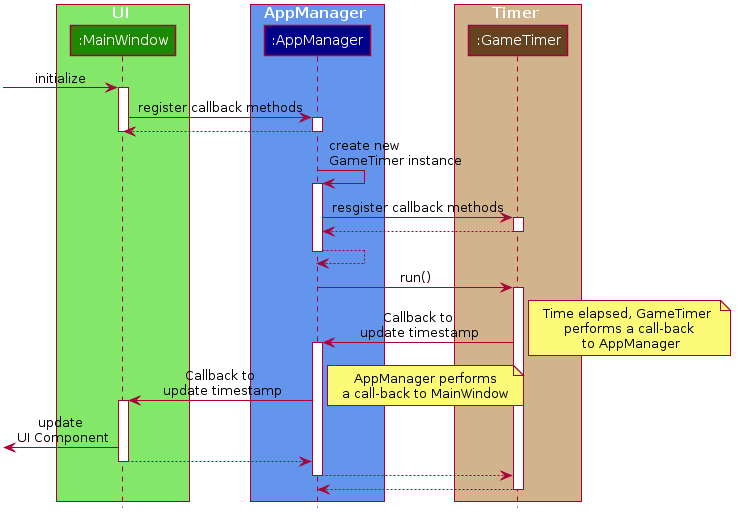
This is docs/images/TimerSequenceDiagram1.png from nus-cs2103-AY1920S1/addressbook-level3, a PlantUML export, as it was before one commit. Source of this version:
```plantuml
@startuml












skinparam BackgroundColor #FFFFFFF

skinparam Shadowing false

skinparam Class {
    FontColor #FFFFFF
    BorderThickness 1
    BorderColor #FFFFFF
    StereotypeFontColor #FFFFFF
    FontName Arial
}

skinparam Actor {
    BorderColor #000000
    Color #000000
    FontName Arial
}

skinparam Sequence {
    MessageAlign center
    BoxFontSize 15
    BoxPadding 0
    BoxFontColor #FFFFFF
    FontName Arial
}

skinparam Participant {
    FontColor #FFFFFFF
    Padding 20
}

skinparam MinClassWidth 50
skinparam ParticipantPadding 10
skinparam Shadowing false
skinparam DefaultTextAlignment center
skinparam packageStyle Rectangle

hide footbox
hide members
hide circle



box UI #83E769
participant ":MainWindow" as MainWindow #1D8900
end box


box AppManager #6495ED
participant ":AppManager" as AppManager #00008B
end box

box Timer #D2B48C
participant ":GameTimer" as GameTimer #654321

end box


[-> MainWindow : initialize
activate MainWindow
MainWindow -> AppManager : register callback methods
activate AppManager
AppManager --> MainWindow
deactivate AppManager

deactivate MainWindow


AppManager -> AppManager : create new \nGameTimer instance
activate AppManager

AppManager -> GameTimer : resgister callback methods
activate GameTimer
GameTimer --> AppManager
deactivate GameTimer
AppManager --> AppManager
deactivate AppManager

AppManager -> GameTimer : run()
activate GameTimer

GameTimer -> AppManager : Callback to\n update timestamp
note right: Time elapsed, GameTimer \n performs a call-back \n to AppManager

activate AppManager
AppManager -> MainWindow : Callback to\n update timestamp
note right: AppManager performs\na call-back to MainWindow

activate MainWindow
[<- MainWindow : update\n UI Component

MainWindow --> AppManager
deactivate MainWindow
AppManager --> GameTimer

deactivate  AppManager

GameTimer --> AppManager
deactivate GameTimer
@enduml
```
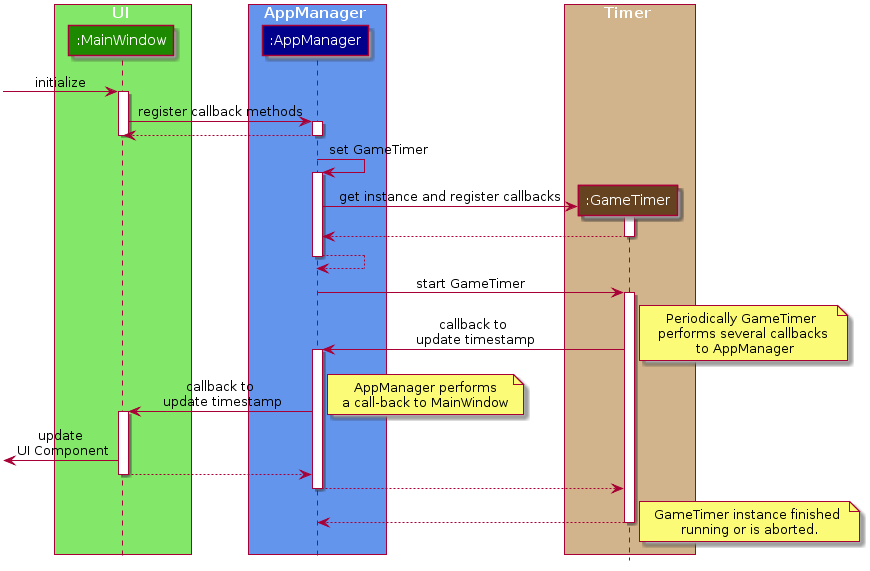
After the change.

Commit message:
Updated Timer part for DG

Diff of the diagram source:
```diff
@@ -1,4 +1,5 @@
 @startuml
+
 
 
 
@@ -18,9 +19,10 @@
 skinparam Class {
     FontColor #FFFFFF
     BorderThickness 1
-    BorderColor #FFFFFF
+    BorderColor #000000
     StereotypeFontColor #FFFFFF
     FontName Arial
+    AttributeFontColor #FFFFFF
 }
 
 skinparam Actor {
@@ -44,20 +46,19 @@
 
 skinparam MinClassWidth 50
 skinparam ParticipantPadding 10
-skinparam Shadowing false
+skinparam Shadowing true
 skinparam DefaultTextAlignment center
 skinparam packageStyle Rectangle
+skinparam classAttributeIconSize 0
 
 hide footbox
 hide members
 hide circle
-
-
+hide empty members
 
 box UI #83E769
 participant ":MainWindow" as MainWindow #1D8900
 end box
-
 
 box AppManager #6495ED
 participant ":AppManager" as AppManager #00008B
@@ -68,7 +69,6 @@
 
 end box
 
-
 [-> MainWindow : initialize
 activate MainWindow
 MainWindow -> AppManager : register callback methods
@@ -78,25 +78,25 @@
 
 deactivate MainWindow
 
-
-AppManager -> AppManager : create new \nGameTimer instance
+AppManager -> AppManager : set GameTimer
 activate AppManager
 
-AppManager -> GameTimer : resgister callback methods
+AppManager -> GameTimer** : get instance and register callbacks
 activate GameTimer
 GameTimer --> AppManager
 deactivate GameTimer
+
 AppManager --> AppManager
 deactivate AppManager
 
-AppManager -> GameTimer : run()
+AppManager -> GameTimer : start GameTimer
 activate GameTimer
 
-GameTimer -> AppManager : Callback to\n update timestamp
-note right: Time elapsed, GameTimer \n performs a call-back \n to AppManager
+GameTimer -> AppManager : callback to\n update timestamp
+note right: Periodically GameTimer \n performs several callbacks \n to AppManager
 
 activate AppManager
-AppManager -> MainWindow : Callback to\n update timestamp
+AppManager -> MainWindow : callback to\n update timestamp
 note right: AppManager performs\na call-back to MainWindow
 
 activate MainWindow
@@ -110,4 +110,5 @@
 
 GameTimer --> AppManager
 deactivate GameTimer
+note right: GameTimer instance finished \nrunning or is aborted.
 @enduml
```
